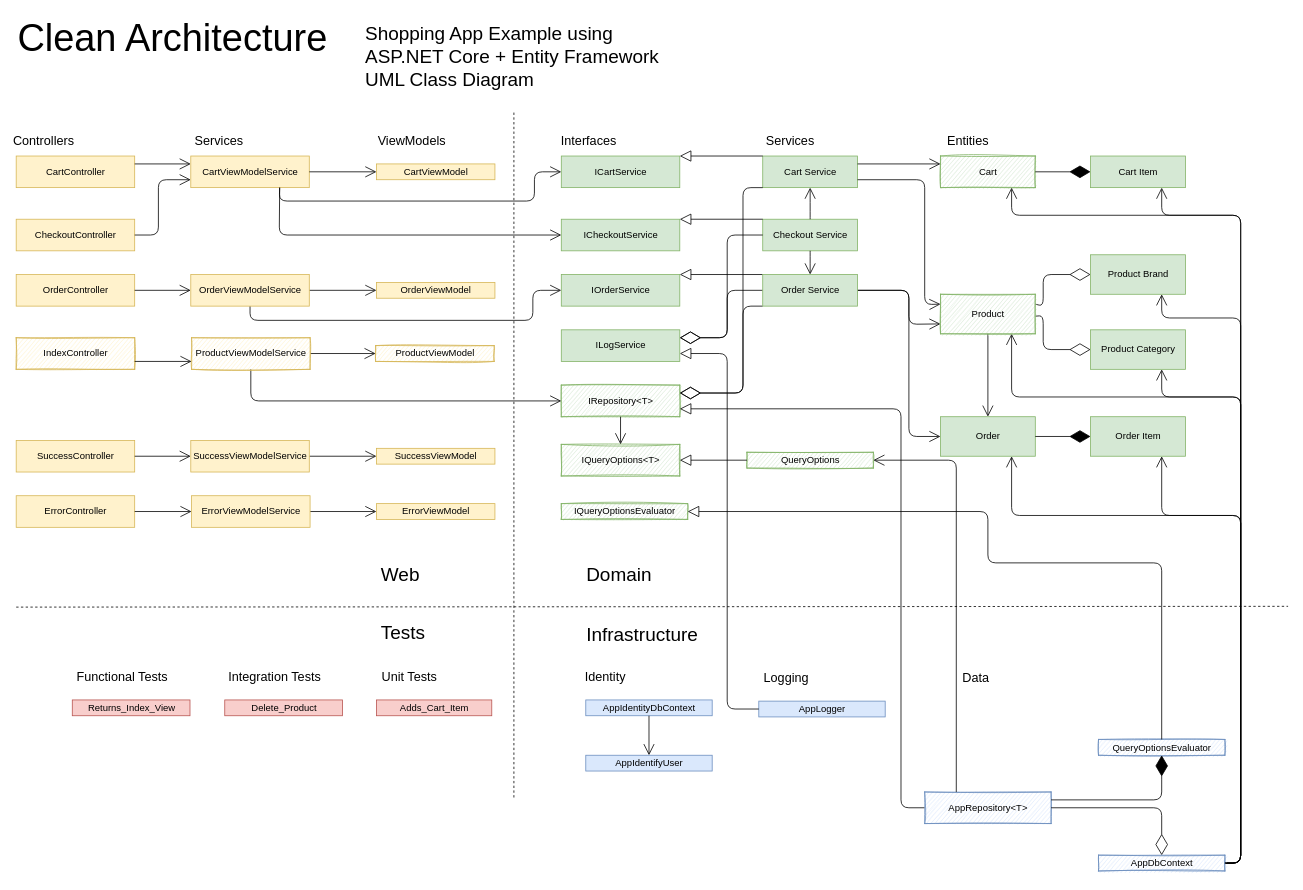
kdaquila/WoodworkingShop keeps this draw.io diagram as Clean_Architecture_Designs/Shopping_v3.drawio. Above is the earlier version. Source tidied: cells renumbered, new cells numbered last; positions are measured from the earlier drawing's top-left corner, leaving out a move shared by most shapes. Both pictures are drawn from the tidied source at 79%, with x=0, y=0 at pixel (16, 13).
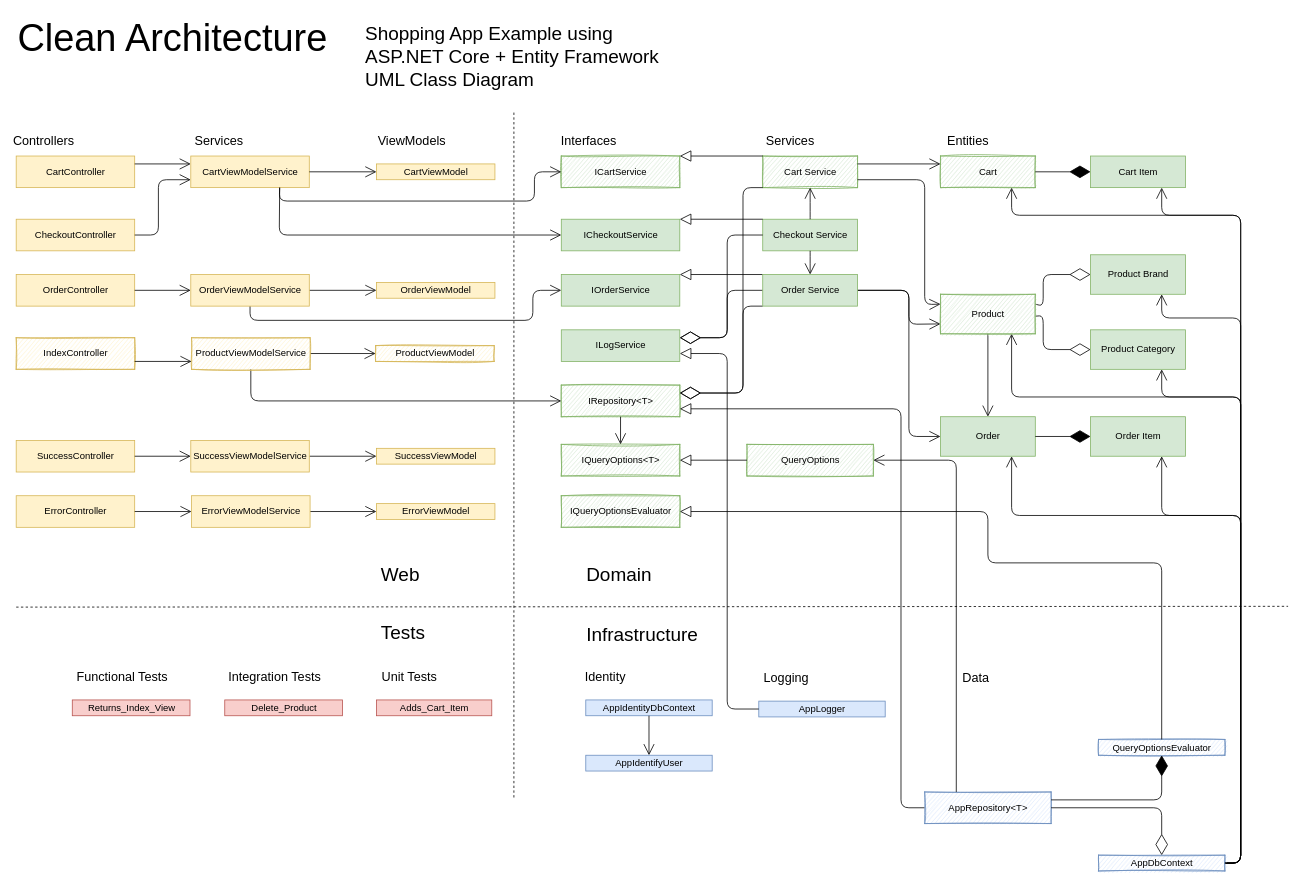
The same diagram, later.

What changed in the source:
```diff
@@
-    <mxCell id="12" value="Cart Service" style="html=1;fillColor=#d5e8d4;strokeColor=#82b366;" parent="1" vertex="1">
+    <mxCell id="12" value="Cart Service" style="html=1;fillColor=#d5e8d4;strokeColor=#82b366;sketch=1;" parent="1" vertex="1">
       <mxGeometry x="945" y="180" width="120" height="40" as="geometry" />
     </mxCell>
@@
-    <mxCell id="15" value="ICartService" style="html=1;fillColor=#d5e8d4;strokeColor=#82b366;" parent="1" vertex="1">
+    <mxCell id="15" value="ICartService" style="html=1;fillColor=#d5e8d4;strokeColor=#82b366;sketch=1;" parent="1" vertex="1">
       <mxGeometry x="690" y="180" width="150" height="40" as="geometry" />
     </mxCell>
@@
     <mxCell id="106" value="QueryOptions" style="html=1;fillColor=#d5e8d4;strokeColor=#82b366;sketch=1;" parent="1" vertex="1">
-      <mxGeometry x="925" y="555" width="160" height="20" as="geometry" />
+      <mxGeometry x="925" y="545" width="160" height="40" as="geometry" />
     </mxCell>
     <mxCell id="107" value="IQueryOptionsEvaluator" style="html=1;fillColor=#d5e8d4;strokeColor=#82b366;sketch=1;" parent="1" vertex="1">
-      <mxGeometry x="690" y="620" width="160" height="20" as="geometry" />
+      <mxGeometry x="690" y="610" width="150" height="40" as="geometry" />
     </mxCell>
```
